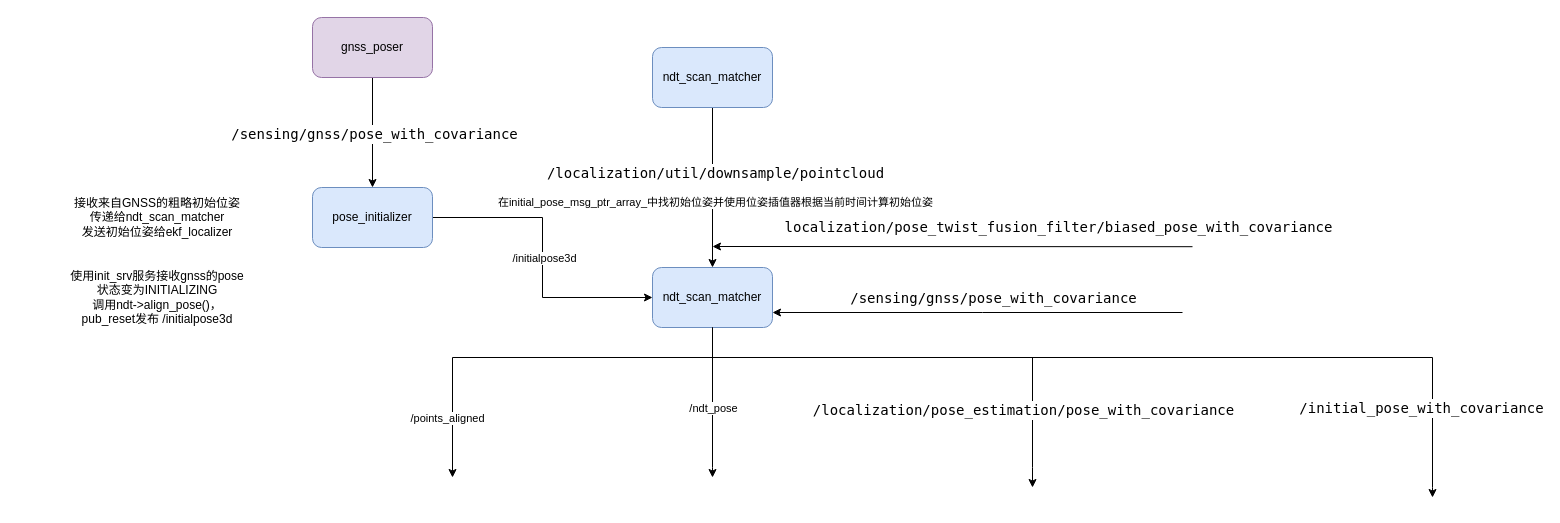
countsp/autoware.universe keeps this draw.io diagram as Untitled Diagram.drawio. Above is the earlier version. Source tidied: cells renumbered, new cells numbered last; positions are measured from the earlier drawing's top-left corner, leaving out a move shared by most shapes. Both pictures are drawn from the tidied source at 100%, with x=0, y=0 at pixel (17, 17).
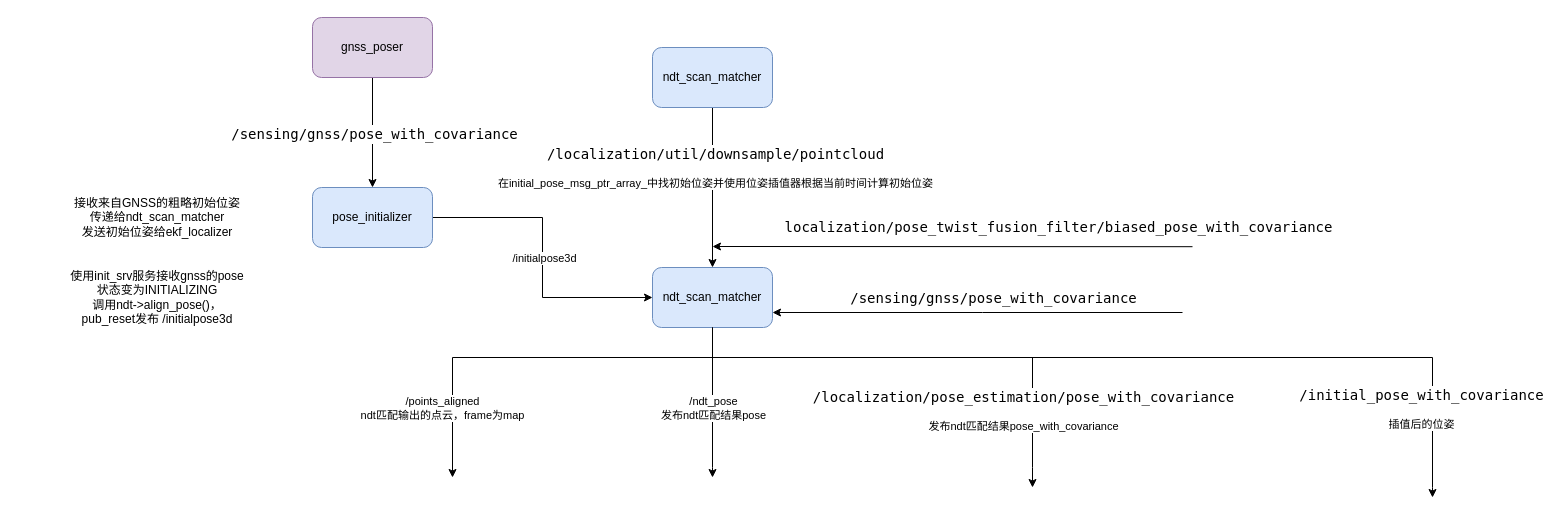
The same page after the edit.

Unchanged cells that the change refers to:
```xml
<mxCell id="10" style="edgeStyle=orthogonalEdgeStyle;rounded=0;jettySize=auto;html=1;exitX=0.5;exitY=1;exitDx=0;exitDy=0;" parent="1" edge="1" source="14">
  <mxGeometry relative="1" as="geometry">
    <mxPoint x="695" y="460" as="targetPoint" />
    <Array as="points">
      <mxPoint x="695" y="450" />
    </Array>
  </mxGeometry>
</mxCell>
<mxCell id="12" style="edgeStyle=orthogonalEdgeStyle;rounded=0;jettySize=auto;html=1;exitX=0.5;exitY=1;exitDx=0;exitDy=0;" parent="1" edge="1" source="14">
  <mxGeometry relative="1" as="geometry">
    <mxPoint x="1015" y="470" as="targetPoint" />
    <Array as="points">
      <mxPoint x="695" y="340" />
      <mxPoint x="1015" y="340" />
      <mxPoint x="1015" y="450" />
    </Array>
  </mxGeometry>
</mxCell>
<mxCell id="18" style="edgeStyle=orthogonalEdgeStyle;rounded=0;jettySize=auto;html=1;" parent="1" edge="1" source="20" target="14">
  <mxGeometry relative="1" as="geometry" />
</mxCell>
<mxCell id="23" style="endArrow=classic;html=1;rounded=0;exitX=0.5;exitY=1;exitDx=0;exitDy=0;" parent="1" edge="1" source="14">
  <mxGeometry relative="1" as="geometry">
    <mxPoint x="435" y="460" as="targetPoint" />
    <Array as="points">
      <mxPoint x="695" y="340" />
      <mxPoint x="435" y="340" />
    </Array>
  </mxGeometry>
</mxCell>
<mxCell id="25" style="edgeStyle=orthogonalEdgeStyle;rounded=0;orthogonalLoop=1;jettySize=auto;html=1;exitX=0.5;exitY=1;exitDx=0;exitDy=0;" parent="1" edge="1">
  <mxGeometry relative="1" as="geometry">
    <mxPoint x="695" y="310" as="sourcePoint" />
    <mxPoint x="1415" y="480" as="targetPoint" />
    <Array as="points">
      <mxPoint x="695" y="340" />
      <mxPoint x="1415" y="340" />
      <mxPoint x="1415" y="470" />
    </Array>
  </mxGeometry>
</mxCell>
```

Diff of the diagram source:
```diff
@@
-    <mxCell id="11" value="/ndt_pose" style="edgeLabel;html=1;align=center;verticalAlign=middle;fontFamily=Helvetica;fontSize=11;fontColor=default;labelBackgroundColor=default;fillColor=none;gradientColor=none;" parent="10" vertex="1">
+    <mxCell id="11" value="&lt;div&gt;/ndt_pose&lt;/div&gt;发布ndt匹配结果pose" style="edgeLabel;html=1;align=center;verticalAlign=middle;fontFamily=Helvetica;fontSize=11;fontColor=default;labelBackgroundColor=default;fillColor=none;gradientColor=none;" parent="10" vertex="1">
       <mxGeometry x="0.28" y="2" relative="1" as="geometry">
         <mxPoint x="-2" y="-16" as="offset" />
       </mxGeometry>
     </mxCell>
@@
-    <mxCell id="13" value="&lt;div style=&quot;color: rgb(204, 204, 204); font-family: &amp;quot;Droid Sans Mono&amp;quot;, &amp;quot;monospace&amp;quot;, monospace; font-weight: normal; font-size: 14px; line-height: 19px; white-space: pre;&quot;&gt;&lt;div&gt;&lt;font color=&quot;#000000&quot;&gt;/localization/pose_estimation/pose_with_covariance&lt;/font&gt;&lt;/div&gt;&lt;/div&gt;" style="edgeLabel;html=1;align=center;verticalAlign=middle;" parent="12" vertex="1">
+    <mxCell id="13" value="&lt;div style=&quot;color: rgb(204, 204, 204); font-family: &amp;quot;Droid Sans Mono&amp;quot;, &amp;quot;monospace&amp;quot;, monospace; font-weight: normal; font-size: 14px; line-height: 19px; white-space: pre;&quot;&gt;&lt;div&gt;&lt;font color=&quot;#000000&quot;&gt;/localization/pose_estimation/pose_with_covariance&lt;/font&gt;&lt;/div&gt;&lt;/div&gt;&lt;div&gt;&lt;br&gt;&lt;/div&gt;&lt;div&gt;发布ndt匹配结果pose_with_covariance&lt;/div&gt;" style="edgeLabel;html=1;align=center;verticalAlign=middle;" parent="12" vertex="1">
       <mxGeometry x="0.6" y="2" relative="1" as="geometry">
         <mxPoint x="-12" y="18" as="offset" />
       </mxGeometry>
     </mxCell>
@@
     <mxCell id="19" value="&lt;div style=&quot;color: rgb(204, 204, 204); font-family: &amp;quot;Droid Sans Mono&amp;quot;, &amp;quot;monospace&amp;quot;, monospace; font-weight: normal; font-size: 14px; line-height: 19px; white-space: pre;&quot;&gt;&lt;div&gt;&lt;font color=&quot;#000000&quot;&gt;/localization/util/downsample/pointcloud&lt;/font&gt;&lt;/div&gt;&lt;/div&gt;&lt;div&gt;&lt;br&gt;&lt;/div&gt;&lt;div&gt;在initial_pose_msg_ptr_array_中找初始位姿并使用位姿插值器根据当前时间计算初始位姿&lt;/div&gt;" style="edgeLabel;html=1;align=center;verticalAlign=middle;" parent="18" vertex="1">
-      <mxGeometry x="-0.02" y="2" relative="1" as="geometry" />
+      <mxGeometry x="-0.02" y="2" relative="1" as="geometry">
+        <mxPoint y="-19" as="offset" />
+      </mxGeometry>
     </mxCell>
@@
-    <mxCell id="24" value="/points_aligned" style="edgeLabel;html=1;align=center;verticalAlign=middle;" parent="23" vertex="1">
+    <mxCell id="24" value="&lt;div&gt;/points_aligned&lt;/div&gt;ndt匹配输出的点云，frame为map" style="edgeLabel;html=1;align=center;verticalAlign=middle;" parent="23" vertex="1">
       <mxGeometry x="-0.03" y="2" relative="1" as="geometry">
-        <mxPoint x="-97" y="58" as="offset" />
+        <mxPoint x="-102" y="48" as="offset" />
       </mxGeometry>
     </mxCell>
@@
-    <mxCell id="26" value="&lt;div style=&quot;color: rgb(204, 204, 204); font-family: &amp;quot;Droid Sans Mono&amp;quot;, &amp;quot;monospace&amp;quot;, monospace; font-weight: normal; font-size: 14px; line-height: 19px; white-space: pre;&quot;&gt;&lt;div&gt;&lt;font color=&quot;#000000&quot;&gt;/initial_pose_with_covariance&lt;/font&gt;&lt;/div&gt;&lt;/div&gt;" style="edgeLabel;html=1;align=center;verticalAlign=middle;" parent="25" vertex="1">
+    <mxCell id="26" value="&lt;div style=&quot;color: rgb(204, 204, 204); font-family: &amp;quot;Droid Sans Mono&amp;quot;, &amp;quot;monospace&amp;quot;, monospace; font-weight: normal; font-size: 14px; line-height: 19px; white-space: pre;&quot;&gt;&lt;div&gt;&lt;font color=&quot;#000000&quot;&gt;/initial_pose_with_covariance&lt;/font&gt;&lt;/div&gt;&lt;/div&gt;&lt;div&gt;&lt;br&gt;&lt;/div&gt;&lt;div&gt;插值后的位姿&lt;br&gt;&lt;/div&gt;" style="edgeLabel;html=1;align=center;verticalAlign=middle;" parent="25" vertex="1">
       <mxGeometry x="0.6" y="2" relative="1" as="geometry">
         <mxPoint x="26" y="52" as="offset" />
       </mxGeometry>
     </mxCell>
```
